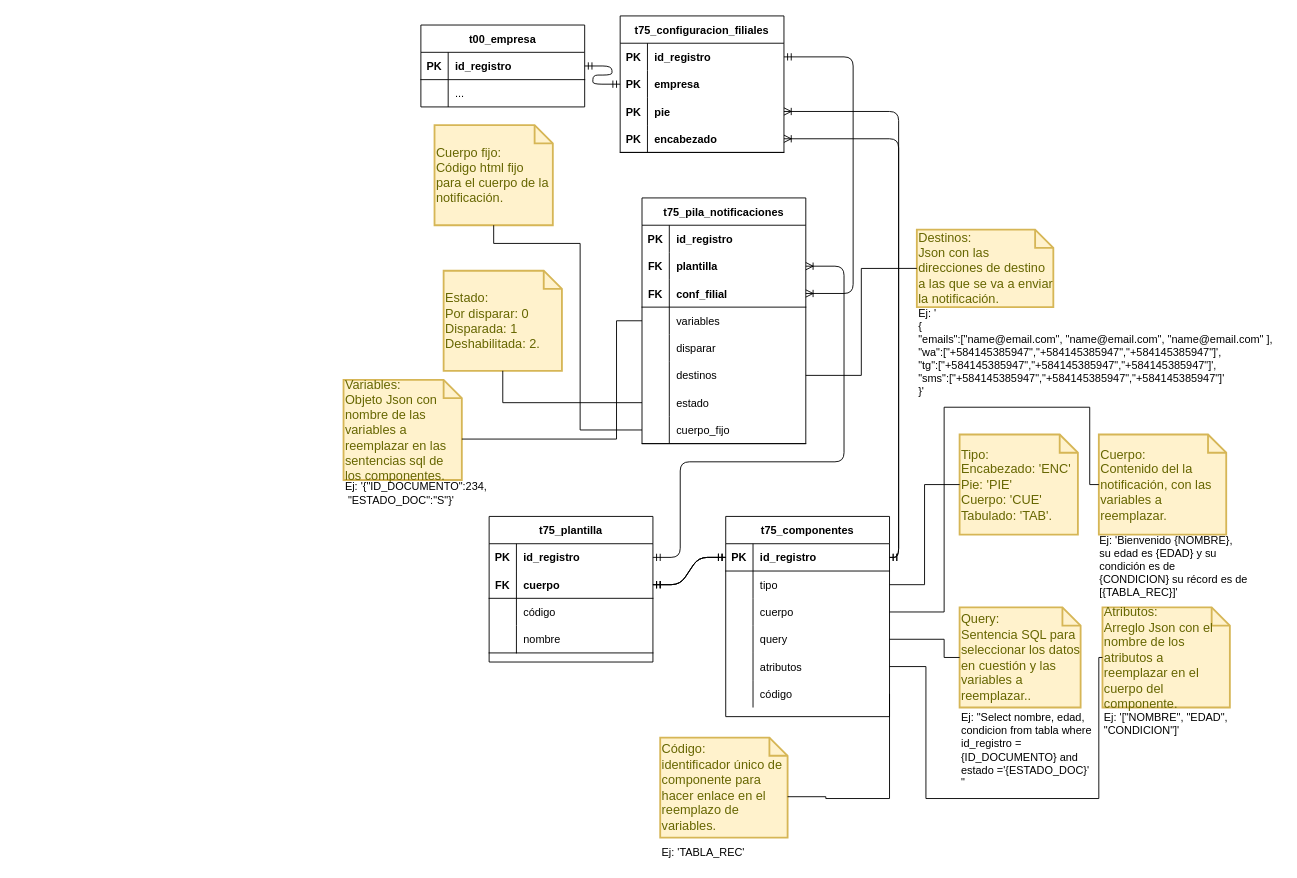
NeroAlfonso/draw_docs keeps this draw.io diagram as notificaciones_email.drawio. Above is the earlier version. Source tidied: cells renumbered, new cells numbered last; positions are measured from the earlier drawing's top-left corner, leaving out a move shared by most shapes. Both pictures are drawn from the tidied source at 91%, with x=0, y=0 at pixel (343, 15).
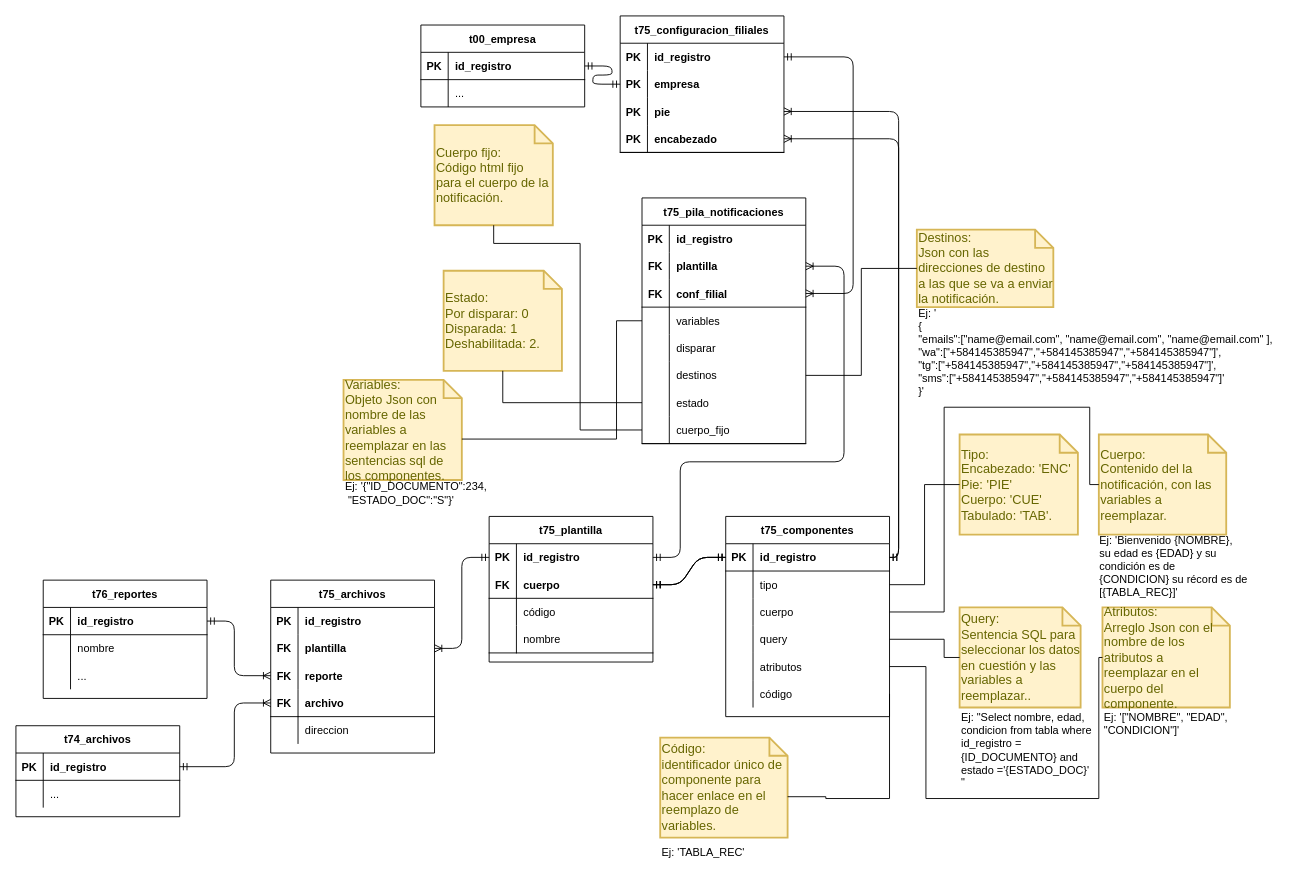
After the change.

The change refers to these unchanged cells:
```xml
<mxCell id="5" style="shape=partialRectangle;fillColor=none;top=0;left=0;bottom=0;right=0;points=[[0,0.5],[1,0.5]];portConstraint=eastwest;" parent="4" vertex="1">
  <mxGeometry y="30" width="180" height="30" as="geometry" />
</mxCell>
```

Change to the diagram source:
```diff
@@
+    <mxCell id="111" style="edgeStyle=orthogonalEdgeStyle;fontSize=12;html=1;endArrow=ERoneToMany;startArrow=ERmandOne;exitX=0;exitY=0.5;exitDx=0;exitDy=0;entryX=1;entryY=0.5;entryDx=0;entryDy=0;" parent="1" edge="1" source="5" target="116">
+      <mxGeometry relative="1" as="geometry">
+        <Array as="points">
+          <mxPoint x="130" y="595" />
+        </Array>
+      </mxGeometry>
+    </mxCell>
+    <mxCell id="112" value="t75_archivos" style="shape=table;startSize=30;childLayout=tableLayout;rowLines=0;fontStyle=1;align=center;" parent="1" vertex="1">
+      <mxGeometry x="-80" y="620" width="180" height="190" as="geometry" />
+    </mxCell>
+    <mxCell id="113" style="shape=partialRectangle;fillColor=none;top=0;left=0;bottom=0;right=0;" parent="112" vertex="1">
+      <mxGeometry y="30" width="180" height="30" as="geometry" />
+    </mxCell>
+    <mxCell id="114" value="PK" style="shape=partialRectangle;fillColor=none;top=0;left=0;bottom=0;right=0;fontStyle=1;overflow=hidden;" parent="113" vertex="1">
+      <mxGeometry width="30" height="30" as="geometry" />
+    </mxCell>
+    <mxCell id="115" value="id_registro" style="shape=partialRectangle;fillColor=none;top=0;left=0;bottom=0;right=0;align=left;spacingLeft=6;fontStyle=1;overflow=hidden;" parent="113" vertex="1">
+      <mxGeometry x="30" width="150" height="30" as="geometry" />
+    </mxCell>
+    <mxCell id="116" style="shape=partialRectangle;fillColor=none;top=0;left=0;bottom=0;right=0;points=[[0,0.5],[1,0.5]];portConstraint=eastwest;" parent="112" vertex="1">
+      <mxGeometry y="60" width="180" height="30" as="geometry" />
+    </mxCell>
+    <mxCell id="117" value="FK" style="shape=partialRectangle;fillColor=none;top=0;left=0;bottom=0;right=0;overflow=hidden;fontStyle=1;" parent="116" vertex="1">
+      <mxGeometry width="30" height="30" as="geometry" />
+    </mxCell>
+    <mxCell id="118" value="plantilla" style="shape=partialRectangle;fillColor=none;top=0;left=0;bottom=0;right=0;align=left;spacingLeft=6;overflow=hidden;fontStyle=1;" parent="116" vertex="1">
+      <mxGeometry x="30" width="150" height="30" as="geometry" />
+    </mxCell>
+    <mxCell id="119" style="shape=partialRectangle;fillColor=none;top=0;left=0;bottom=0;right=0;points=[[0,0.5],[1,0.5]];portConstraint=eastwest;" parent="112" vertex="1">
+      <mxGeometry y="90" width="180" height="30" as="geometry" />
+    </mxCell>
+    <mxCell id="120" value="FK" style="shape=partialRectangle;fillColor=none;top=0;left=0;bottom=0;right=0;overflow=hidden;fontStyle=1;" parent="119" vertex="1">
+      <mxGeometry width="30" height="30" as="geometry" />
+    </mxCell>
+    <mxCell id="121" value="reporte" style="shape=partialRectangle;fillColor=none;top=0;left=0;bottom=0;right=0;align=left;spacingLeft=6;overflow=hidden;fontStyle=1;" parent="119" vertex="1">
+      <mxGeometry x="30" width="150" height="30" as="geometry" />
+    </mxCell>
+    <mxCell id="122" style="shape=partialRectangle;fillColor=none;top=0;left=0;bottom=0;right=0;points=[[0,0.5],[1,0.5]];portConstraint=eastwest;" parent="112" vertex="1">
+      <mxGeometry y="120" width="180" height="30" as="geometry" />
+    </mxCell>
+    <mxCell id="123" value="FK" style="shape=partialRectangle;fillColor=none;top=0;left=0;bottom=1;right=0;overflow=hidden;fontStyle=1;" parent="122" vertex="1">
+      <mxGeometry width="30" height="30" as="geometry" />
+    </mxCell>
+    <mxCell id="124" value="archivo" style="shape=partialRectangle;fillColor=none;top=0;left=0;bottom=1;right=0;align=left;spacingLeft=6;overflow=hidden;fontStyle=1;" parent="122" vertex="1">
+      <mxGeometry x="30" width="150" height="30" as="geometry" />
+    </mxCell>
+    <mxCell id="125" style="shape=partialRectangle;fillColor=none;top=0;left=0;bottom=0;right=0;" parent="112" vertex="1">
+      <mxGeometry y="150" width="180" height="30" as="geometry" />
+    </mxCell>
+    <mxCell id="126" style="shape=partialRectangle;fillColor=none;top=0;left=0;bottom=0;right=0;overflow=hidden;" parent="125" vertex="1">
+      <mxGeometry width="30" height="30" as="geometry" />
+    </mxCell>
+    <mxCell id="127" value="direccion" style="shape=partialRectangle;fillColor=none;top=0;left=0;bottom=0;right=0;align=left;spacingLeft=6;overflow=hidden;" parent="125" vertex="1">
+      <mxGeometry x="30" width="150" height="30" as="geometry" />
+    </mxCell>
+    <mxCell id="128" value="t76_reportes" style="shape=table;startSize=30;childLayout=tableLayout;rowLines=0;fontStyle=1;align=center;" parent="1" vertex="1">
+      <mxGeometry x="-330" y="620" width="180" height="130" as="geometry" />
+    </mxCell>
+    <mxCell id="129" style="shape=partialRectangle;fillColor=none;top=0;left=0;bottom=1;right=0;points=[[0,0.5],[1,0.5]];portConstraint=eastwest;" parent="128" vertex="1">
+      <mxGeometry y="30" width="180" height="30" as="geometry" />
+    </mxCell>
+    <mxCell id="130" value="PK" style="shape=partialRectangle;fillColor=none;top=0;left=0;bottom=0;right=0;fontStyle=1;overflow=hidden;" parent="129" vertex="1">
+      <mxGeometry width="30" height="30" as="geometry" />
+    </mxCell>
+    <mxCell id="131" value="id_registro" style="shape=partialRectangle;fillColor=none;top=0;left=0;bottom=0;right=0;align=left;spacingLeft=6;fontStyle=1;overflow=hidden;" parent="129" vertex="1">
+      <mxGeometry x="30" width="150" height="30" as="geometry" />
+    </mxCell>
+    <mxCell id="132" style="shape=partialRectangle;fillColor=none;top=0;left=0;bottom=0;right=0;" parent="128" vertex="1">
+      <mxGeometry y="60" width="180" height="30" as="geometry" />
+    </mxCell>
+    <mxCell id="133" style="shape=partialRectangle;fillColor=none;top=0;left=0;bottom=0;right=0;overflow=hidden;" parent="132" vertex="1">
+      <mxGeometry width="30" height="30" as="geometry" />
+    </mxCell>
+    <mxCell id="134" value="nombre" style="shape=partialRectangle;fillColor=none;top=0;left=0;bottom=0;right=0;align=left;spacingLeft=6;overflow=hidden;" parent="132" vertex="1">
+      <mxGeometry x="30" width="150" height="30" as="geometry" />
+    </mxCell>
+    <mxCell id="135" style="shape=partialRectangle;fillColor=none;top=0;left=0;bottom=0;right=0;" parent="128" vertex="1">
+      <mxGeometry y="90" width="180" height="30" as="geometry" />
+    </mxCell>
+    <mxCell id="136" style="shape=partialRectangle;fillColor=none;top=0;left=0;bottom=0;right=0;overflow=hidden;" parent="135" vertex="1">
+      <mxGeometry width="30" height="30" as="geometry" />
+    </mxCell>
+    <mxCell id="137" value="..." style="shape=partialRectangle;fillColor=none;top=0;left=0;bottom=0;right=0;align=left;spacingLeft=6;overflow=hidden;" parent="135" vertex="1">
+      <mxGeometry x="30" width="150" height="30" as="geometry" />
+    </mxCell>
+    <mxCell id="138" style="edgeStyle=orthogonalEdgeStyle;fontSize=12;html=1;endArrow=ERoneToMany;startArrow=ERmandOne;exitX=1;exitY=0.5;exitDx=0;exitDy=0;entryX=0;entryY=0.5;entryDx=0;entryDy=0;" parent="1" edge="1" source="129" target="119">
+      <mxGeometry relative="1" as="geometry">
+        <Array as="points">
+          <mxPoint x="-120" y="665" />
+          <mxPoint x="-120" y="725" />
+        </Array>
+      </mxGeometry>
+    </mxCell>
+    <mxCell id="139" style="edgeStyle=orthogonalEdgeStyle;fontSize=12;html=1;endArrow=ERoneToMany;startArrow=ERmandOne;entryX=0;entryY=0.5;entryDx=0;entryDy=0;exitX=1;exitY=0.5;exitDx=0;exitDy=0;" parent="1" edge="1" source="141" target="122">
+      <mxGeometry relative="1" as="geometry">
+        <Array as="points">
+          <mxPoint x="-120" y="825" />
+          <mxPoint x="-120" y="755" />
+        </Array>
+      </mxGeometry>
+    </mxCell>
+    <mxCell id="140" value="t74_archivos" style="shape=table;startSize=30;childLayout=tableLayout;rowLines=0;fontStyle=1;align=center;" parent="1" vertex="1">
+      <mxGeometry x="-360" y="780" width="180" height="100" as="geometry" />
+    </mxCell>
+    <mxCell id="141" style="shape=partialRectangle;fillColor=none;top=0;left=0;bottom=1;right=0;points=[[0,0.5],[1,0.5]];portConstraint=eastwest;" parent="140" vertex="1">
+      <mxGeometry y="30" width="180" height="30" as="geometry" />
+    </mxCell>
+    <mxCell id="142" value="PK" style="shape=partialRectangle;fillColor=none;top=0;left=0;bottom=0;right=0;fontStyle=1;overflow=hidden;" parent="141" vertex="1">
+      <mxGeometry width="30" height="30" as="geometry" />
+    </mxCell>
+    <mxCell id="143" value="id_registro" style="shape=partialRectangle;fillColor=none;top=0;left=0;bottom=0;right=0;align=left;spacingLeft=6;fontStyle=1;overflow=hidden;" parent="141" vertex="1">
+      <mxGeometry x="30" width="150" height="30" as="geometry" />
+    </mxCell>
+    <mxCell id="144" style="shape=partialRectangle;fillColor=none;top=0;left=0;bottom=0;right=0;" parent="140" vertex="1">
+      <mxGeometry y="60" width="180" height="30" as="geometry" />
+    </mxCell>
+    <mxCell id="145" style="shape=partialRectangle;fillColor=none;top=0;left=0;bottom=0;right=0;overflow=hidden;" parent="144" vertex="1">
+      <mxGeometry width="30" height="30" as="geometry" />
+    </mxCell>
+    <mxCell id="146" value="..." style="shape=partialRectangle;fillColor=none;top=0;left=0;bottom=0;right=0;align=left;spacingLeft=6;overflow=hidden;" parent="144" vertex="1">
+      <mxGeometry x="30" width="150" height="30" as="geometry" />
+    </mxCell>
```
